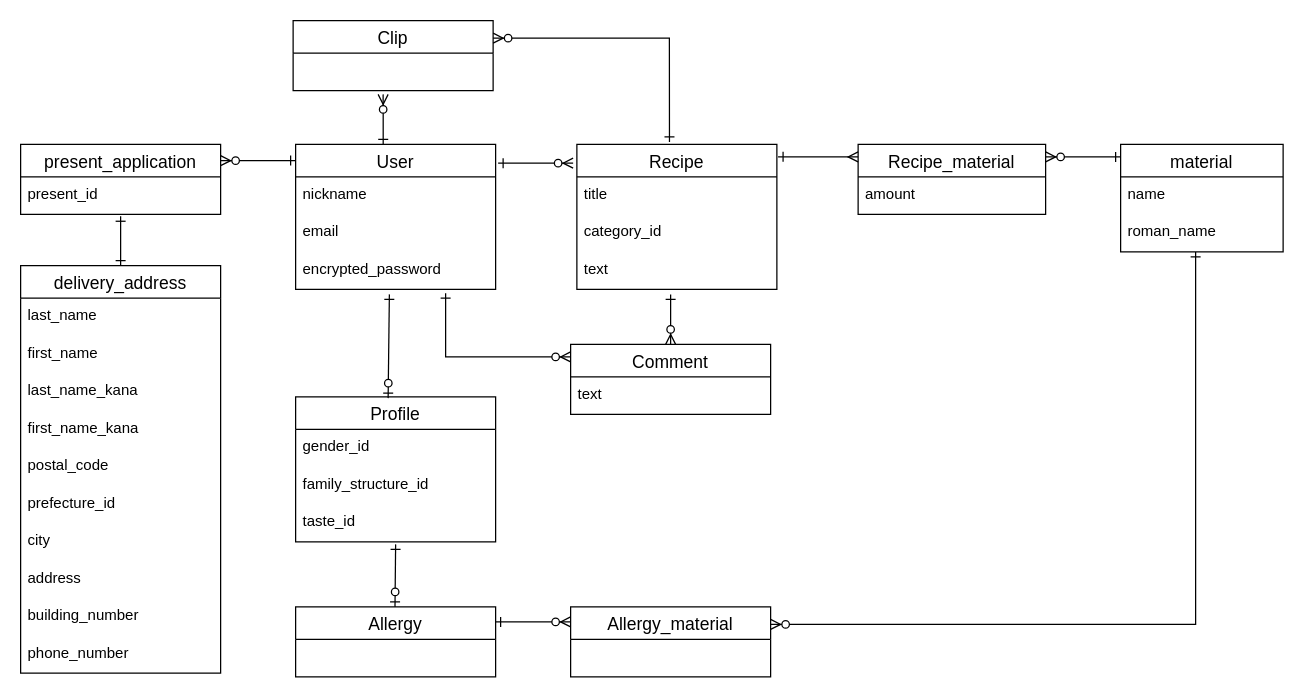
Above: ER.dio in leo-note/leo-recipe (draw.io), before the change. Source tidied: cells renumbered, new cells numbered last; positions are measured from the earlier drawing's top-left corner, leaving out a move shared by most shapes. Both pictures are drawn from the tidied source at 125%, with x=0, y=0 at pixel (20, 20).
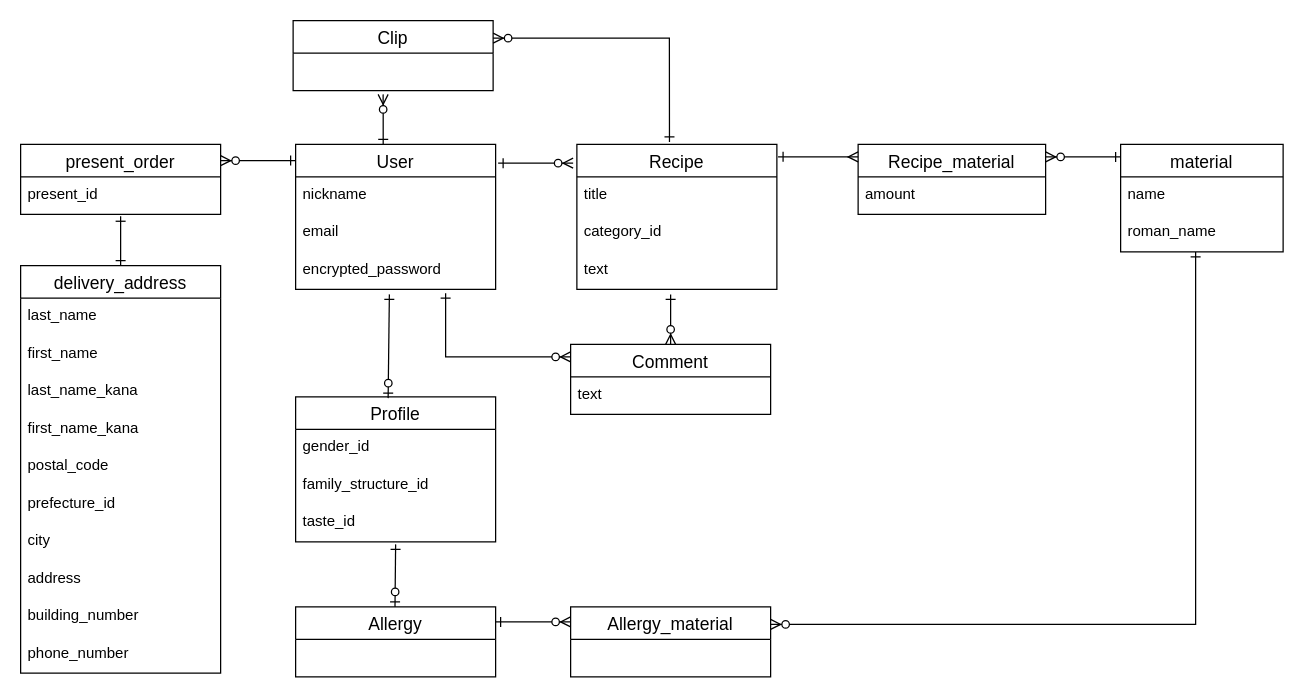
The same page after the edit.

The edit, as a diff of the source:
```diff
@@
-    <mxCell id="23" value="present_application" style="swimlane;fontStyle=0;horizontal=1;startSize=26;align=center;fontSize=14;" parent="1" vertex="1">
+    <mxCell id="23" value="present_order" style="swimlane;fontStyle=0;horizontal=1;startSize=26;align=center;fontSize=14;" parent="1" vertex="1">
       <mxGeometry y="99" width="160" height="56" as="geometry" />
     </mxCell>
```
